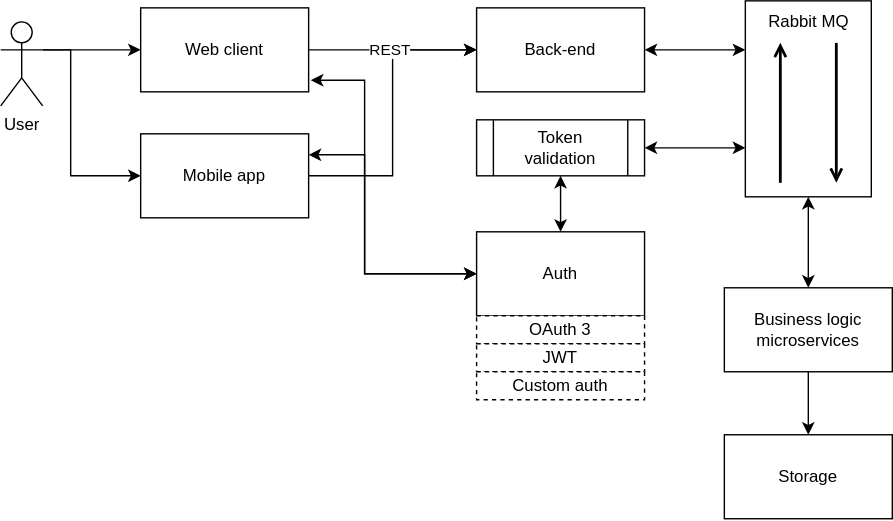
Before: docs/design/diagrams/big-picture.svg, a diagram exported from draw.io (gurug-prog/survey-expert). Source tidied: cells renumbered, new cells last; positions are measured from the earlier drawing's top-left corner, leaving out a move shared by most shapes. The source it was exported from:
```xml
<mxGraphModel>
  <root>
    <mxCell id="0" />
    <mxCell id="1" parent="0" />
    <mxCell id="2" style="edgeStyle=orthogonalEdgeStyle;rounded=0;jettySize=auto;html=1;entryX=0;entryY=0.5;entryDx=0;entryDy=0;exitX=1;exitY=0.3333333333333333;exitDx=0;exitDy=0;exitPerimeter=0;" parent="1" edge="1" source="4" target="6">
      <mxGeometry relative="1" as="geometry" />
    </mxCell>
    <mxCell id="3" style="edgeStyle=orthogonalEdgeStyle;rounded=0;jettySize=auto;html=1;exitX=1;exitY=0.3333333333333333;exitDx=0;exitDy=0;exitPerimeter=0;entryX=0;entryY=0.5;entryDx=0;entryDy=0;" parent="1" edge="1" source="4" target="10">
      <mxGeometry relative="1" as="geometry">
        <Array as="points">
          <mxPoint x="50" y="35" />
          <mxPoint x="50" y="125" />
        </Array>
      </mxGeometry>
    </mxCell>
    <mxCell id="4" value="User" style="shape=umlActor;verticalLabelPosition=bottom;verticalAlign=top;html=1;outlineConnect=0;" parent="1" vertex="1">
      <mxGeometry y="15" width="30" height="60" as="geometry" />
    </mxCell>
    <mxCell id="5" style="edgeStyle=orthogonalEdgeStyle;rounded=0;jettySize=auto;html=1;exitX=1;exitY=0.5;exitDx=0;exitDy=0;entryX=0;entryY=0.5;entryDx=0;entryDy=0;" parent="1" edge="1" source="6" target="12">
      <mxGeometry relative="1" as="geometry" />
    </mxCell>
    <mxCell id="6" value="Web client" style="rounded=0;whiteSpace=wrap;html=1;" parent="1" vertex="1">
      <mxGeometry x="100" y="5" width="120" height="60" as="geometry" />
    </mxCell>
    <mxCell id="7" style="edgeStyle=orthogonalEdgeStyle;rounded=0;jettySize=auto;html=1;exitX=1;exitY=0.5;exitDx=0;exitDy=0;entryX=0;entryY=0.5;entryDx=0;entryDy=0;endArrow=classic;endFill=1;" parent="1" edge="1" source="10" target="12">
      <mxGeometry relative="1" as="geometry" />
    </mxCell>
    <mxCell id="8" value="REST" style="edgeLabel;html=1;align=center;verticalAlign=middle;" parent="7" vertex="1">
      <mxGeometry x="0.43" y="2" relative="1" as="geometry">
        <mxPoint x="-2" y="2" as="offset" />
      </mxGeometry>
    </mxCell>
    <mxCell id="9" style="edgeStyle=orthogonalEdgeStyle;rounded=0;jumpSize=19;jettySize=auto;html=1;exitX=1;exitY=0.25;exitDx=0;exitDy=0;entryX=0;entryY=0.5;entryDx=0;entryDy=0;strokeWidth=1;startArrow=classic;startFill=1;endArrow=classic;endFill=1;" parent="1" edge="1" source="10" target="22">
      <mxGeometry relative="1" as="geometry">
        <Array as="points">
          <mxPoint x="260" y="110" />
          <mxPoint x="260" y="195" />
        </Array>
      </mxGeometry>
    </mxCell>
    <mxCell id="10" value="Mobile app" style="rounded=0;whiteSpace=wrap;html=1;" parent="1" vertex="1">
      <mxGeometry x="100" y="95" width="120" height="60" as="geometry" />
    </mxCell>
    <mxCell id="11" style="edgeStyle=orthogonalEdgeStyle;rounded=0;jumpSize=19;jettySize=auto;html=1;exitX=1;exitY=0.5;exitDx=0;exitDy=0;entryX=0;entryY=0.25;entryDx=0;entryDy=0;strokeWidth=1;startArrow=classic;startFill=1;endArrow=classic;endFill=1;" parent="1" edge="1" source="12" target="14">
      <mxGeometry relative="1" as="geometry" />
    </mxCell>
    <mxCell id="12" value="Back-end" style="rounded=0;whiteSpace=wrap;html=1;" parent="1" vertex="1">
      <mxGeometry x="340" y="5" width="120" height="60" as="geometry" />
    </mxCell>
    <mxCell id="13" style="group;" parent="1" vertex="1">
      <mxGeometry x="532" width="90" height="140" as="geometry" />
    </mxCell>
    <mxCell id="14" style="rounded=0;whiteSpace=wrap;html=1;" parent="13" vertex="1">
      <mxGeometry width="90" height="140" as="geometry" />
    </mxCell>
    <mxCell id="15" style="endArrow=open;html=1;rounded=0;endFill=0;strokeWidth=2;" parent="13" edge="1">
      <mxGeometry relative="1" as="geometry">
        <mxPoint x="25" y="130" as="sourcePoint" />
        <mxPoint x="25" y="30" as="targetPoint" />
      </mxGeometry>
    </mxCell>
    <mxCell id="16" style="endArrow=open;html=1;rounded=0;endFill=0;strokeWidth=2;" parent="13" edge="1">
      <mxGeometry relative="1" as="geometry">
        <mxPoint x="65" y="30" as="sourcePoint" />
        <mxPoint x="65" y="130" as="targetPoint" />
      </mxGeometry>
    </mxCell>
    <mxCell id="17" value="Rabbit MQ" style="text;html=1;align=center;verticalAlign=middle;points=[];strokeColor=none;fillColor=none;" parent="13" vertex="1">
      <mxGeometry x="5" width="80" height="30" as="geometry" />
    </mxCell>
    <mxCell id="18" style="edgeStyle=orthogonalEdgeStyle;rounded=0;jumpSize=19;jettySize=auto;html=1;exitX=0.5;exitY=1;exitDx=0;exitDy=0;entryX=0.5;entryY=0;entryDx=0;entryDy=0;strokeWidth=1;startArrow=none;startFill=0;endArrow=classic;endFill=1;" parent="1" edge="1" source="19" target="31">
      <mxGeometry relative="1" as="geometry" />
    </mxCell>
    <mxCell id="19" value="Business logic&lt;br&gt;microservices" style="rounded=0;whiteSpace=wrap;html=1;" parent="1" vertex="1">
      <mxGeometry x="517" y="205" width="120" height="60" as="geometry" />
    </mxCell>
    <mxCell id="20" style="edgeStyle=orthogonalEdgeStyle;rounded=0;jumpSize=19;jettySize=auto;html=1;entryX=1.013;entryY=0.862;entryDx=0;entryDy=0;entryPerimeter=0;strokeWidth=1;startArrow=classic;startFill=1;endArrow=classic;endFill=1;exitX=0;exitY=0.5;exitDx=0;exitDy=0;" parent="1" edge="1" source="22" target="6">
      <mxGeometry relative="1" as="geometry">
        <Array as="points">
          <mxPoint x="260" y="195" />
          <mxPoint x="260" y="57" />
        </Array>
      </mxGeometry>
    </mxCell>
    <mxCell id="21" style="group;" parent="1" vertex="1">
      <mxGeometry x="340" y="165" width="120" height="120" as="geometry" />
    </mxCell>
    <mxCell id="22" value="Auth" style="rounded=0;whiteSpace=wrap;html=1;" parent="21" vertex="1">
      <mxGeometry width="120" height="60" as="geometry" />
    </mxCell>
    <mxCell id="23" style="group;" parent="21" vertex="1">
      <mxGeometry y="60" width="120" height="60" as="geometry" />
    </mxCell>
    <mxCell id="24" value="OAuth 3" style="rounded=0;whiteSpace=wrap;html=1;dashed=1;" parent="23" vertex="1">
      <mxGeometry width="120" height="20" as="geometry" />
    </mxCell>
    <mxCell id="25" value="JWT" style="rounded=0;whiteSpace=wrap;html=1;dashed=1;" parent="23" vertex="1">
      <mxGeometry y="20" width="120" height="20" as="geometry" />
    </mxCell>
    <mxCell id="26" value="Custom auth" style="rounded=0;whiteSpace=wrap;html=1;dashed=1;" parent="23" vertex="1">
      <mxGeometry y="40" width="120" height="20" as="geometry" />
    </mxCell>
    <mxCell id="27" style="edgeStyle=orthogonalEdgeStyle;rounded=0;jumpSize=19;jettySize=auto;html=1;exitX=1;exitY=0.5;exitDx=0;exitDy=0;strokeWidth=1;startArrow=classic;startFill=1;endArrow=classic;endFill=1;entryX=0;entryY=0.75;entryDx=0;entryDy=0;" parent="1" edge="1" source="28" target="14">
      <mxGeometry relative="1" as="geometry" />
    </mxCell>
    <mxCell id="28" value="Token&lt;br&gt;validation" style="shape=process;whiteSpace=wrap;html=1;backgroundOutline=1;" parent="1" vertex="1">
      <mxGeometry x="340" y="85" width="120" height="40" as="geometry" />
    </mxCell>
    <mxCell id="29" style="edgeStyle=orthogonalEdgeStyle;rounded=0;jumpSize=19;jettySize=auto;html=1;exitX=0.5;exitY=0;exitDx=0;exitDy=0;strokeWidth=1;startArrow=classic;startFill=1;endArrow=classic;endFill=1;entryX=0.5;entryY=1;entryDx=0;entryDy=0;" parent="1" edge="1" source="22" target="28">
      <mxGeometry relative="1" as="geometry" />
    </mxCell>
    <mxCell id="30" style="edgeStyle=orthogonalEdgeStyle;rounded=0;jumpSize=19;jettySize=auto;html=1;exitX=0.5;exitY=1;exitDx=0;exitDy=0;entryX=0.5;entryY=0;entryDx=0;entryDy=0;strokeWidth=1;startArrow=classic;startFill=1;endArrow=classic;endFill=1;" parent="1" edge="1" source="14" target="19">
      <mxGeometry relative="1" as="geometry" />
    </mxCell>
    <mxCell id="31" value="Storage" style="rounded=0;whiteSpace=wrap;html=1;" parent="1" vertex="1">
      <mxGeometry x="517" y="310" width="120" height="60" as="geometry" />
    </mxCell>
  </root>
</mxGraphModel>
```
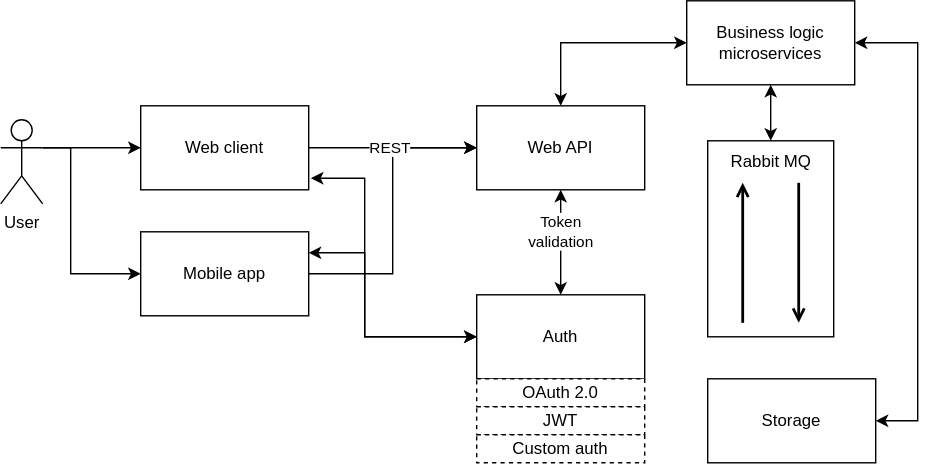
The same file after the commit.

The edit, as a diff of the source:
```diff
@@ -34,21 +34,21 @@
       <mxGeometry relative="1" as="geometry">
         <Array as="points">
           <mxPoint x="260" y="110" />
-          <mxPoint x="260" y="195" />
+          <mxPoint x="260" y="170" />
         </Array>
       </mxGeometry>
     </mxCell>
     <mxCell id="10" value="Mobile app" style="rounded=0;whiteSpace=wrap;html=1;" parent="1" vertex="1">
       <mxGeometry x="100" y="95" width="120" height="60" as="geometry" />
     </mxCell>
-    <mxCell id="11" style="edgeStyle=orthogonalEdgeStyle;rounded=0;jumpSize=19;jettySize=auto;html=1;exitX=1;exitY=0.5;exitDx=0;exitDy=0;entryX=0;entryY=0.25;entryDx=0;entryDy=0;strokeWidth=1;startArrow=classic;startFill=1;endArrow=classic;endFill=1;" parent="1" edge="1" source="12" target="14">
-      <mxGeometry relative="1" as="geometry" />
-    </mxCell>
+    <mxCell id="32" style="edgeStyle=orthogonalEdgeStyle;rounded=0;jettySize=auto;html=1;exitX=0.5;exitY=0;exitDx=0;exitDy=0;entryX=0;entryY=0.5;entryDx=0;entryDy=0;startArrow=classic;startFill=1;" parent="1" edge="1" source="12" target="19">
+      <mxGeometry relative="1" as="geometry" />
+    </mxCell>
-    <mxCell id="12" value="Back-end" style="rounded=0;whiteSpace=wrap;html=1;" parent="1" vertex="1">
+    <mxCell id="12" value="Web API" style="rounded=0;whiteSpace=wrap;html=1;" parent="1" vertex="1">
       <mxGeometry x="340" y="5" width="120" height="60" as="geometry" />
     </mxCell>
     <mxCell id="13" style="group;" parent="1" vertex="1">
-      <mxGeometry x="532" width="90" height="140" as="geometry" />
+      <mxGeometry x="505" y="30" width="90" height="140" as="geometry" />
     </mxCell>
     <mxCell id="14" style="rounded=0;whiteSpace=wrap;html=1;" parent="13" vertex="1">
       <mxGeometry width="90" height="140" as="geometry" />
@@ -68,22 +68,27 @@
     <mxCell id="17" value="Rabbit MQ" style="text;html=1;align=center;verticalAlign=middle;points=[];strokeColor=none;fillColor=none;" parent="13" vertex="1">
       <mxGeometry x="5" width="80" height="30" as="geometry" />
     </mxCell>
-    <mxCell id="18" style="edgeStyle=orthogonalEdgeStyle;rounded=0;jumpSize=19;jettySize=auto;html=1;exitX=0.5;exitY=1;exitDx=0;exitDy=0;entryX=0.5;entryY=0;entryDx=0;entryDy=0;strokeWidth=1;startArrow=none;startFill=0;endArrow=classic;endFill=1;" parent="1" edge="1" source="19" target="31">
-      <mxGeometry relative="1" as="geometry" />
+    <mxCell id="18" style="edgeStyle=orthogonalEdgeStyle;rounded=0;jettySize=auto;html=1;exitX=1;exitY=0.5;exitDx=0;exitDy=0;entryX=1;entryY=0.5;entryDx=0;entryDy=0;startArrow=classic;startFill=1;" parent="1" edge="1" source="19" target="31">
+      <mxGeometry relative="1" as="geometry">
+        <Array as="points">
+          <mxPoint x="655" y="-40" />
+          <mxPoint x="655" y="230" />
+        </Array>
+      </mxGeometry>
     </mxCell>
     <mxCell id="19" value="Business logic&lt;br&gt;microservices" style="rounded=0;whiteSpace=wrap;html=1;" parent="1" vertex="1">
-      <mxGeometry x="517" y="205" width="120" height="60" as="geometry" />
+      <mxGeometry x="490" y="-70" width="120" height="60" as="geometry" />
     </mxCell>
     <mxCell id="20" style="edgeStyle=orthogonalEdgeStyle;rounded=0;jumpSize=19;jettySize=auto;html=1;entryX=1.013;entryY=0.862;entryDx=0;entryDy=0;entryPerimeter=0;strokeWidth=1;startArrow=classic;startFill=1;endArrow=classic;endFill=1;exitX=0;exitY=0.5;exitDx=0;exitDy=0;" parent="1" edge="1" source="22" target="6">
       <mxGeometry relative="1" as="geometry">
         <Array as="points">
-          <mxPoint x="260" y="195" />
+          <mxPoint x="260" y="170" />
           <mxPoint x="260" y="57" />
         </Array>
       </mxGeometry>
     </mxCell>
     <mxCell id="21" style="group;" parent="1" vertex="1">
-      <mxGeometry x="340" y="165" width="120" height="120" as="geometry" />
+      <mxGeometry x="340" y="140" width="120" height="120" as="geometry" />
     </mxCell>
     <mxCell id="22" value="Auth" style="rounded=0;whiteSpace=wrap;html=1;" parent="21" vertex="1">
       <mxGeometry width="120" height="60" as="geometry" />
@@ -91,7 +96,7 @@
     <mxCell id="23" style="group;" parent="21" vertex="1">
       <mxGeometry y="60" width="120" height="60" as="geometry" />
     </mxCell>
-    <mxCell id="24" value="OAuth 3" style="rounded=0;whiteSpace=wrap;html=1;dashed=1;" parent="23" vertex="1">
+    <mxCell id="24" value="OAuth 2.0" style="rounded=0;whiteSpace=wrap;html=1;dashed=1;" parent="23" vertex="1">
       <mxGeometry width="120" height="20" as="geometry" />
     </mxCell>
     <mxCell id="25" value="JWT" style="rounded=0;whiteSpace=wrap;html=1;dashed=1;" parent="23" vertex="1">
@@ -100,20 +105,17 @@
     <mxCell id="26" value="Custom auth" style="rounded=0;whiteSpace=wrap;html=1;dashed=1;" parent="23" vertex="1">
       <mxGeometry y="40" width="120" height="20" as="geometry" />
     </mxCell>
-    <mxCell id="27" style="edgeStyle=orthogonalEdgeStyle;rounded=0;jumpSize=19;jettySize=auto;html=1;exitX=1;exitY=0.5;exitDx=0;exitDy=0;strokeWidth=1;startArrow=classic;startFill=1;endArrow=classic;endFill=1;entryX=0;entryY=0.75;entryDx=0;entryDy=0;" parent="1" edge="1" source="28" target="14">
+    <mxCell id="27" style="edgeStyle=orthogonalEdgeStyle;rounded=0;jumpSize=19;jettySize=auto;html=1;exitX=0.5;exitY=0;exitDx=0;exitDy=0;strokeWidth=1;startArrow=classic;startFill=1;endArrow=classic;endFill=1;entryX=0.5;entryY=1;entryDx=0;entryDy=0;" parent="1" edge="1" source="22" target="12">
       <mxGeometry relative="1" as="geometry" />
     </mxCell>
-    <mxCell id="28" value="Token&lt;br&gt;validation" style="shape=process;whiteSpace=wrap;html=1;backgroundOutline=1;" parent="1" vertex="1">
-      <mxGeometry x="340" y="85" width="120" height="40" as="geometry" />
+    <mxCell id="28" value="Token&lt;br&gt;validation" style="edgeLabel;html=1;align=center;verticalAlign=middle;points=[];" parent="27" vertex="1">
+      <mxGeometry x="0.22" relative="1" as="geometry" />
     </mxCell>
-    <mxCell id="29" style="edgeStyle=orthogonalEdgeStyle;rounded=0;jumpSize=19;jettySize=auto;html=1;exitX=0.5;exitY=0;exitDx=0;exitDy=0;strokeWidth=1;startArrow=classic;startFill=1;endArrow=classic;endFill=1;entryX=0.5;entryY=1;entryDx=0;entryDy=0;" parent="1" edge="1" source="22" target="28">
-      <mxGeometry relative="1" as="geometry" />
-    </mxCell>
-    <mxCell id="30" style="edgeStyle=orthogonalEdgeStyle;rounded=0;jumpSize=19;jettySize=auto;html=1;exitX=0.5;exitY=1;exitDx=0;exitDy=0;entryX=0.5;entryY=0;entryDx=0;entryDy=0;strokeWidth=1;startArrow=classic;startFill=1;endArrow=classic;endFill=1;" parent="1" edge="1" source="14" target="19">
-      <mxGeometry relative="1" as="geometry" />
-    </mxCell>
     <mxCell id="31" value="Storage" style="rounded=0;whiteSpace=wrap;html=1;" parent="1" vertex="1">
-      <mxGeometry x="517" y="310" width="120" height="60" as="geometry" />
+      <mxGeometry x="505" y="200" width="120" height="60" as="geometry" />
     </mxCell>
+    <mxCell id="33" style="edgeStyle=orthogonalEdgeStyle;rounded=0;jettySize=auto;html=1;startArrow=classic;startFill=1;" parent="1" edge="1" source="17" target="19">
+      <mxGeometry relative="1" as="geometry" />
+    </mxCell>
   </root>
 </mxGraphModel>
```
